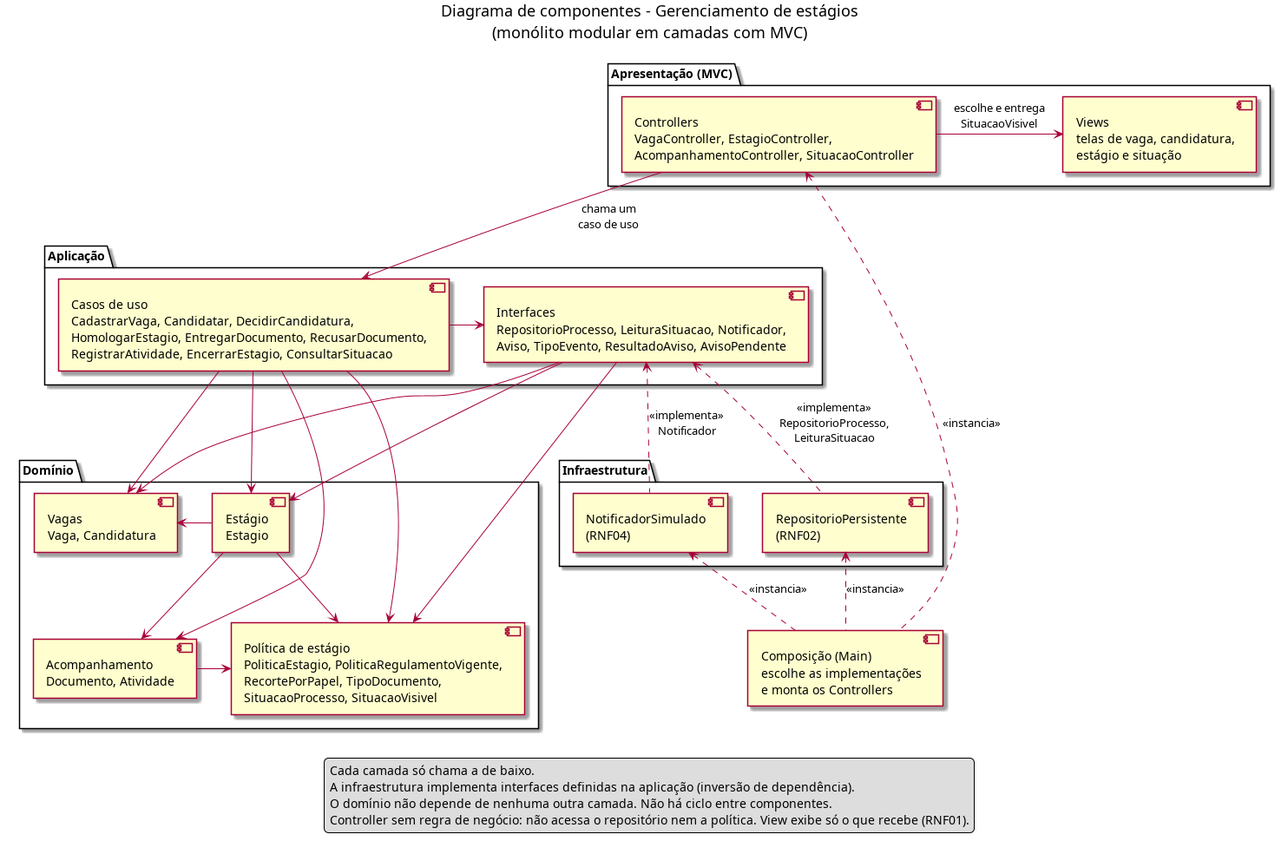
sofiawl/SoftwareDesign keeps this PlantUML diagram as docs/diagramas/componentes.png. Above is the earlier version. Its source is kept beside it as docs/diagramas/componentes.puml.
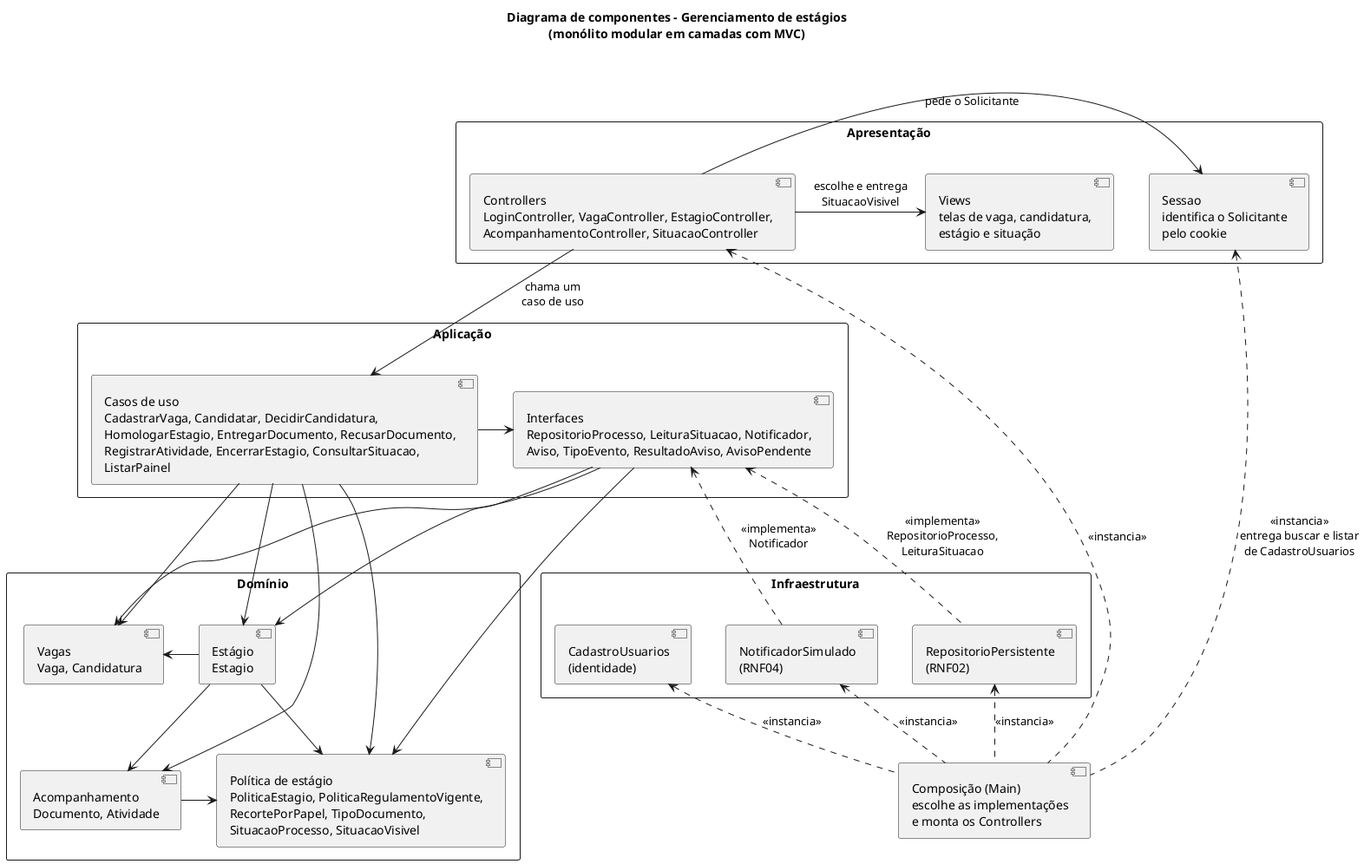
After the change.

Diff of the diagram source:
```diff
@@ -6,13 +6,14 @@
 skinparam ranksep 60
 top to bottom direction
 
-package "Apresentação (MVC)" {
-  component "Controllers\nVagaController, EstagioController,\nAcompanhamentoController, SituacaoController" as Ctrl
+package "Apresentação" {
+  component "Controllers\nLoginController, VagaController, EstagioController,\nAcompanhamentoController, SituacaoController" as Ctrl
+  component "Sessao\nidentifica o Solicitante\npelo cookie" as Sessao
   component "Views\ntelas de vaga, candidatura,\nestágio e situação" as Views
 }
 
 package "Aplicação" {
-  component "Casos de uso\nCadastrarVaga, Candidatar, DecidirCandidatura,\nHomologarEstagio, EntregarDocumento, RecusarDocumento,\nRegistrarAtividade, EncerrarEstagio, ConsultarSituacao" as UC
+  component "Casos de uso\nCadastrarVaga, Candidatar, DecidirCandidatura,\nHomologarEstagio, EntregarDocumento, RecusarDocumento,\nRegistrarAtividade, EncerrarEstagio, ConsultarSituacao,\nListarPainel" as UC
   component "Interfaces\nRepositorioProcesso, LeituraSituacao, Notificador,\nAviso, TipoEvento, ResultadoAviso, AvisoPendente" as Intf
 }
 
@@ -26,12 +27,14 @@
 package "Infraestrutura" {
   component "RepositorioPersistente\n(RNF02)" as Repo
   component "NotificadorSimulado\n(RNF04)" as Notif
+  component "CadastroUsuarios\n(identidade)" as Cadastro
 }
 
 component "Composição (Main)\nescolhe as implementações\ne monta os Controllers" as Main
 
 Ctrl -right-> Views : escolhe e entrega\nSituacaoVisivel
 Ctrl -down-> UC : chama um\ncaso de uso
+Ctrl -right-> Sessao : pede o Solicitante
 
 UC -right-> Intf
 UC -down-> Vagas
@@ -52,12 +55,8 @@
 
 Main .up.> Repo : <<instancia>>
 Main .up.> Notif : <<instancia>>
+Main .up.> Cadastro : <<instancia>>
+Main .up.> Sessao : <<instancia>>\nentrega buscar e listar\nde CadastroUsuarios
 Main .up.> Ctrl : <<instancia>>
 
-legend bottom
-  Cada camada só chama a de baixo.
-  A infraestrutura implementa interfaces definidas na aplicação (inversão de dependência).
-  O domínio não depende de nenhuma outra camada. Não há ciclo entre componentes.
-  Controller sem regra de negócio: não acessa o repositório nem a política. View exibe só o que recebe (RNF01).
-endlegend
 @enduml
```
